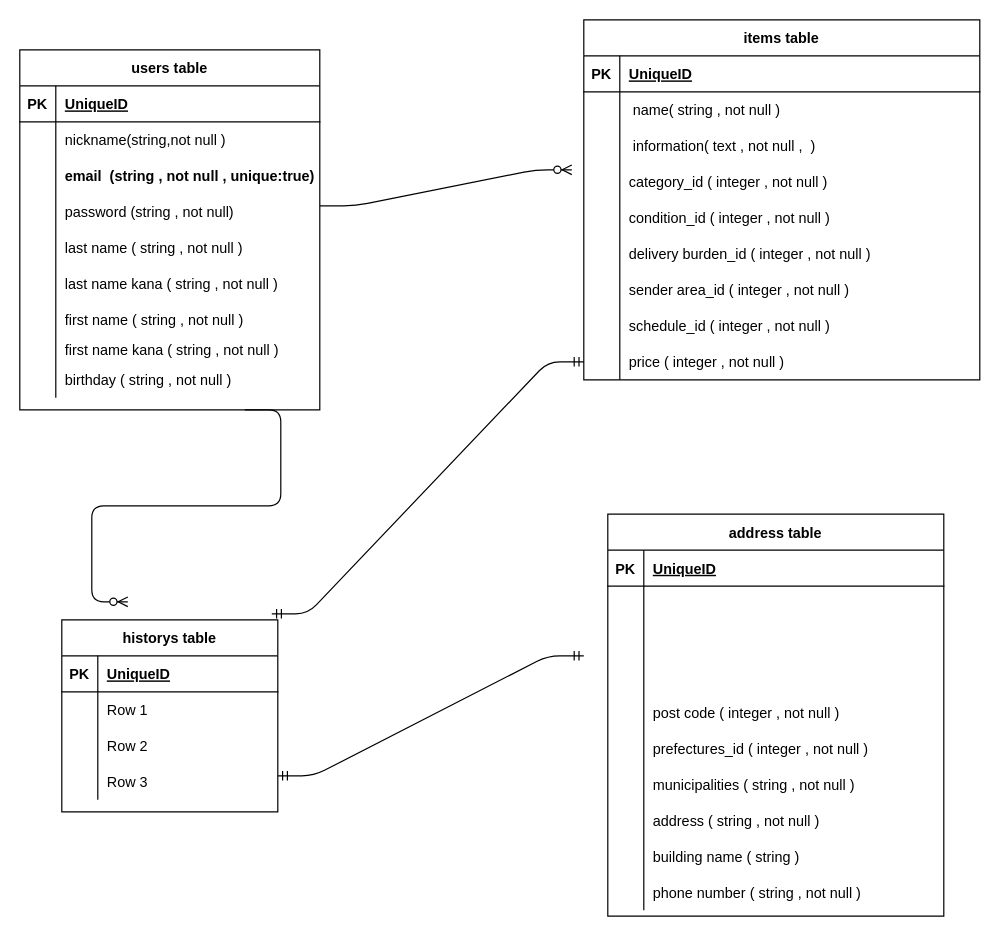
This is furima.dio from Geny1005/furima-38507, a draw.io file, before an edit. Source tidied: cells renumbered, new cells numbered last; positions are measured from the earlier drawing's top-left corner, leaving out a move shared by most shapes. Both pictures are drawn from the tidied source at 120%, with x=0, y=0 at pixel (19, 19).
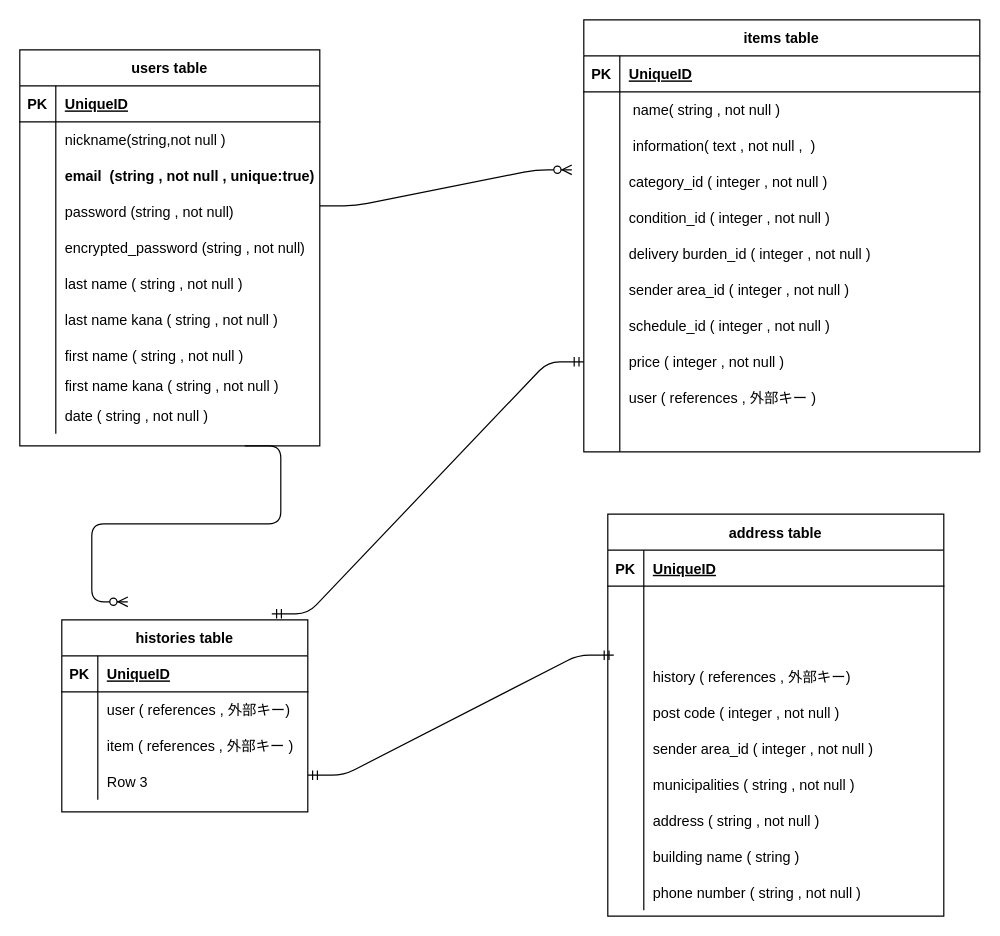
The same diagram, later.

Commit message (it also covers changes not shown here):
データベース設計

Unchanged cells that the change refers to:
```xml
<mxCell id="68" style="shape=partialRectangle;fillColor=none;top=0;left=0;bottom=0;right=0;" parent="58" vertex="1">
  <mxGeometry y="120" width="280" height="30" as="geometry" />
</mxCell>
<mxCell id="74" style="shape=partialRectangle;fillColor=none;top=0;left=0;bottom=0;right=0;" parent="58" vertex="1">
  <mxGeometry y="180" width="280" height="30" as="geometry" />
</mxCell>
```

What changed in the source:
```diff
@@
     <mxCell id="2" value="users table" style="shape=table;startSize=30;childLayout=tableLayout;rowLines=0;fontStyle=1;align=center;fillColor=default;" parent="1" vertex="1">
-      <mxGeometry y="25" width="250" height="300" as="geometry" />
+      <mxGeometry y="25" width="250" height="330" as="geometry" />
     </mxCell>
@@
+    <mxCell id="106" style="shape=partialRectangle;fillColor=none;top=0;left=0;bottom=0;right=0;" parent="2" vertex="1">
+      <mxGeometry y="150" width="250" height="30" as="geometry" />
+    </mxCell>
+    <mxCell id="107" style="shape=partialRectangle;fillColor=none;top=0;left=0;bottom=0;right=0;overflow=hidden;" parent="106" vertex="1">
+      <mxGeometry width="30" height="30" as="geometry" />
+    </mxCell>
+    <mxCell id="108" value="encrypted_password (string , not null)" style="shape=partialRectangle;fillColor=none;top=0;left=0;bottom=0;right=0;align=left;spacingLeft=6;overflow=hidden;" parent="106" vertex="1">
+      <mxGeometry x="30" width="220" height="30" as="geometry" />
+    </mxCell>
     <mxCell id="15" style="shape=partialRectangle;fillColor=none;top=0;left=0;bottom=0;right=0;" parent="2" vertex="1">
-      <mxGeometry y="150" width="250" height="30" as="geometry" />
+      <mxGeometry y="180" width="250" height="30" as="geometry" />
     </mxCell>
@@
     <mxCell id="18" style="shape=partialRectangle;fillColor=none;top=0;left=0;bottom=0;right=0;" parent="2" vertex="1">
-      <mxGeometry y="180" width="250" height="30" as="geometry" />
+      <mxGeometry y="210" width="250" height="30" as="geometry" />
     </mxCell>
@@
     <mxCell id="21" style="shape=partialRectangle;fillColor=none;top=0;left=0;bottom=0;right=0;" parent="2" vertex="1">
-      <mxGeometry y="210" width="250" height="30" as="geometry" />
+      <mxGeometry y="240" width="250" height="30" as="geometry" />
     </mxCell>
@@
     <mxCell id="24" style="shape=partialRectangle;fillColor=none;top=0;left=0;bottom=0;right=0;" parent="2" vertex="1">
-      <mxGeometry y="240" width="250" height="20" as="geometry" />
+      <mxGeometry y="270" width="250" height="20" as="geometry" />
     </mxCell>
@@
     <mxCell id="27" style="shape=partialRectangle;fillColor=none;top=0;left=0;bottom=0;right=0;" parent="2" vertex="1">
-      <mxGeometry y="260" width="250" height="30" as="geometry" />
+      <mxGeometry y="290" width="250" height="30" as="geometry" />
     </mxCell>
@@
-    <mxCell id="29" value="birthday ( string , not null )" style="shape=partialRectangle;fillColor=none;top=0;left=0;bottom=0;right=0;align=left;spacingLeft=6;overflow=hidden;" parent="27" vertex="1">
+    <mxCell id="29" value="date ( string , not null )" style="shape=partialRectangle;fillColor=none;top=0;left=0;bottom=0;right=0;align=left;spacingLeft=6;overflow=hidden;" parent="27" vertex="1">
       <mxGeometry x="30" width="220" height="30" as="geometry" />
     </mxCell>
     <mxCell id="30" value="items table" style="shape=table;startSize=30;childLayout=tableLayout;rowLines=0;fontStyle=1;align=center;fillColor=default;" parent="1" vertex="1">
-      <mxGeometry x="470" width="330" height="300" as="geometry" />
+      <mxGeometry x="470" width="330" height="360" as="geometry" />
     </mxCell>
@@
+    <mxCell id="109" style="shape=partialRectangle;fillColor=none;top=0;left=0;bottom=0;right=0;" parent="30" vertex="1">
+      <mxGeometry y="300" width="330" height="30" as="geometry" />
+    </mxCell>
+    <mxCell id="110" style="shape=partialRectangle;fillColor=none;top=0;left=0;bottom=0;right=0;overflow=hidden;" parent="109" vertex="1">
+      <mxGeometry width="30" height="30" as="geometry" />
+    </mxCell>
+    <mxCell id="111" value="user ( references , 外部キー )" style="shape=partialRectangle;fillColor=none;top=0;left=0;bottom=0;right=0;align=left;spacingLeft=6;overflow=hidden;" parent="109" vertex="1">
+      <mxGeometry x="30" width="300" height="30" as="geometry" />
+    </mxCell>
+    <mxCell id="112" style="shape=partialRectangle;fillColor=none;top=0;left=0;bottom=0;right=0;" parent="30" vertex="1">
+      <mxGeometry y="330" width="330" height="30" as="geometry" />
+    </mxCell>
+    <mxCell id="113" style="shape=partialRectangle;fillColor=none;top=0;left=0;bottom=0;right=0;overflow=hidden;" parent="112" vertex="1">
+      <mxGeometry width="30" height="30" as="geometry" />
+    </mxCell>
+    <mxCell id="114" style="shape=partialRectangle;fillColor=none;top=0;left=0;bottom=0;right=0;align=left;spacingLeft=6;overflow=hidden;" parent="112" vertex="1">
+      <mxGeometry x="30" width="300" height="30" as="geometry" />
+    </mxCell>
@@
-    <mxCell id="70" style="shape=partialRectangle;fillColor=none;top=0;left=0;bottom=0;right=0;align=left;spacingLeft=6;overflow=hidden;" parent="68" vertex="1">
+    <mxCell id="70" value="history ( references , 外部キー)" style="shape=partialRectangle;fillColor=none;top=0;left=0;bottom=0;right=0;align=left;spacingLeft=6;overflow=hidden;" parent="68" vertex="1">
       <mxGeometry x="30" width="250" height="30" as="geometry" />
     </mxCell>
@@
-    <mxCell id="76" value="prefectures_id ( integer , not null )" style="shape=partialRectangle;fillColor=none;top=0;left=0;bottom=0;right=0;align=left;spacingLeft=6;overflow=hidden;" parent="74" vertex="1">
+    <mxCell id="76" value="sender area_id ( integer , not null )" style="shape=partialRectangle;fillColor=none;top=0;left=0;bottom=0;right=0;align=left;spacingLeft=6;overflow=hidden;" parent="74" vertex="1">
       <mxGeometry x="30" width="250" height="30" as="geometry" />
     </mxCell>
@@
-    <mxCell id="89" value="historys table" style="shape=table;startSize=30;childLayout=tableLayout;rowLines=0;fontStyle=1;align=center;" parent="1" vertex="1">
-      <mxGeometry x="35" y="500" width="180" height="160" as="geometry" />
+    <mxCell id="89" value="histories table" style="shape=table;startSize=30;childLayout=tableLayout;rowLines=0;fontStyle=1;align=center;" parent="1" vertex="1">
+      <mxGeometry x="35" y="500" width="205" height="160" as="geometry" />
     </mxCell>
     <mxCell id="90" style="shape=partialRectangle;fillColor=none;top=0;left=0;bottom=1;right=0;" parent="89" vertex="1">
-      <mxGeometry y="30" width="180" height="30" as="geometry" />
+      <mxGeometry y="30" width="205" height="30" as="geometry" />
     </mxCell>
@@
     <mxCell id="92" value="UniqueID" style="shape=partialRectangle;fillColor=none;top=0;left=0;bottom=0;right=0;align=left;spacingLeft=6;fontStyle=5;overflow=hidden;" parent="90" vertex="1">
-      <mxGeometry x="30" width="150" height="30" as="geometry" />
+      <mxGeometry x="30" width="175" height="30" as="geometry" />
     </mxCell>
     <mxCell id="93" style="shape=partialRectangle;fillColor=none;top=0;left=0;bottom=0;right=0;" parent="89" vertex="1">
-      <mxGeometry y="60" width="180" height="30" as="geometry" />
+      <mxGeometry y="60" width="205" height="30" as="geometry" />
     </mxCell>
@@
-    <mxCell id="95" value="Row 1" style="shape=partialRectangle;fillColor=none;top=0;left=0;bottom=0;right=0;align=left;spacingLeft=6;overflow=hidden;" parent="93" vertex="1">
-      <mxGeometry x="30" width="150" height="30" as="geometry" />
+    <mxCell id="95" value="user ( references , 外部キー)" style="shape=partialRectangle;fillColor=none;top=0;left=0;bottom=0;right=0;align=left;spacingLeft=6;overflow=hidden;" parent="93" vertex="1">
+      <mxGeometry x="30" width="175" height="30" as="geometry" />
     </mxCell>
     <mxCell id="96" style="shape=partialRectangle;fillColor=none;top=0;left=0;bottom=0;right=0;" parent="89" vertex="1">
-      <mxGeometry y="90" width="180" height="30" as="geometry" />
+      <mxGeometry y="90" width="205" height="30" as="geometry" />
     </mxCell>
@@
-    <mxCell id="98" value="Row 2" style="shape=partialRectangle;fillColor=none;top=0;left=0;bottom=0;right=0;align=left;spacingLeft=6;overflow=hidden;" parent="96" vertex="1">
-      <mxGeometry x="30" width="150" height="30" as="geometry" />
+    <mxCell id="98" value="item ( references , 外部キー )" style="shape=partialRectangle;fillColor=none;top=0;left=0;bottom=0;right=0;align=left;spacingLeft=6;overflow=hidden;" parent="96" vertex="1">
+      <mxGeometry x="30" width="175" height="30" as="geometry" />
     </mxCell>
     <mxCell id="99" style="shape=partialRectangle;fillColor=none;top=0;left=0;bottom=0;right=0;" parent="89" vertex="1">
-      <mxGeometry y="120" width="180" height="30" as="geometry" />
+      <mxGeometry y="120" width="205" height="30" as="geometry" />
     </mxCell>
@@
     <mxCell id="101" value="Row 3" style="shape=partialRectangle;fillColor=none;top=0;left=0;bottom=0;right=0;align=left;spacingLeft=6;overflow=hidden;" parent="99" vertex="1">
-      <mxGeometry x="30" width="150" height="30" as="geometry" />
+      <mxGeometry x="30" width="175" height="30" as="geometry" />
     </mxCell>
@@
     <mxCell id="104" style="edgeStyle=entityRelationEdgeStyle;fontSize=12;html=1;endArrow=ERmandOne;startArrow=ERmandOne;" parent="1" edge="1">
       <mxGeometry relative="1" as="geometry">
-        <mxPoint x="215" y="630" as="sourcePoint" />
-        <mxPoint x="470" y="530" as="targetPoint" />
+        <mxPoint x="240" y="629.5" as="sourcePoint" />
+        <mxPoint x="495" y="529.5" as="targetPoint" />
       </mxGeometry>
     </mxCell>
```
